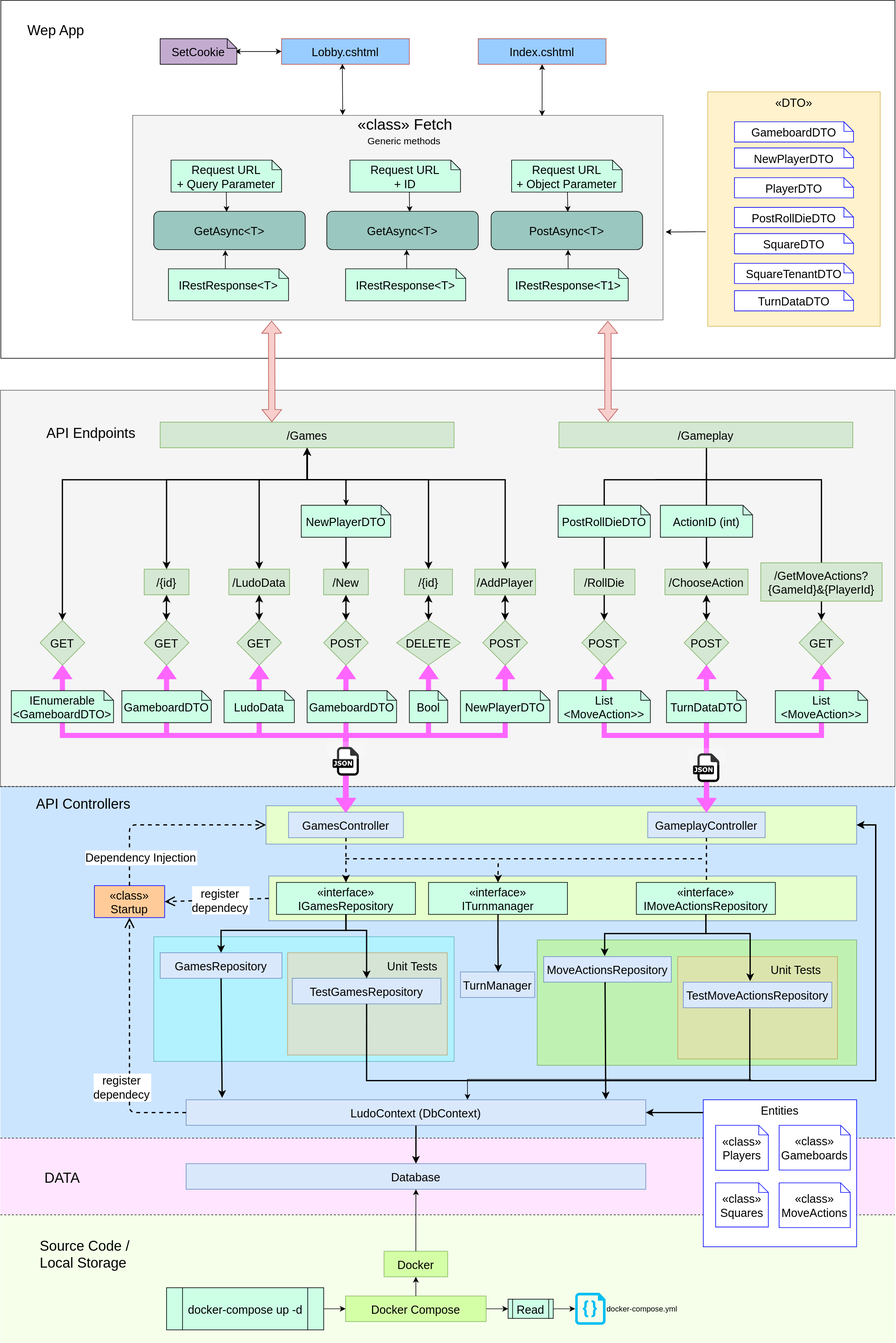
Before: docs/Project-2-Ludo-v2-Diagram.svg, a diagram exported from draw.io (PGBSNH20/ludo-v2-group-10-oskar-johan). Source tidied: cells renumbered, new cells last; positions are measured from the earlier drawing's top-left corner, leaving out a move shared by most shapes.
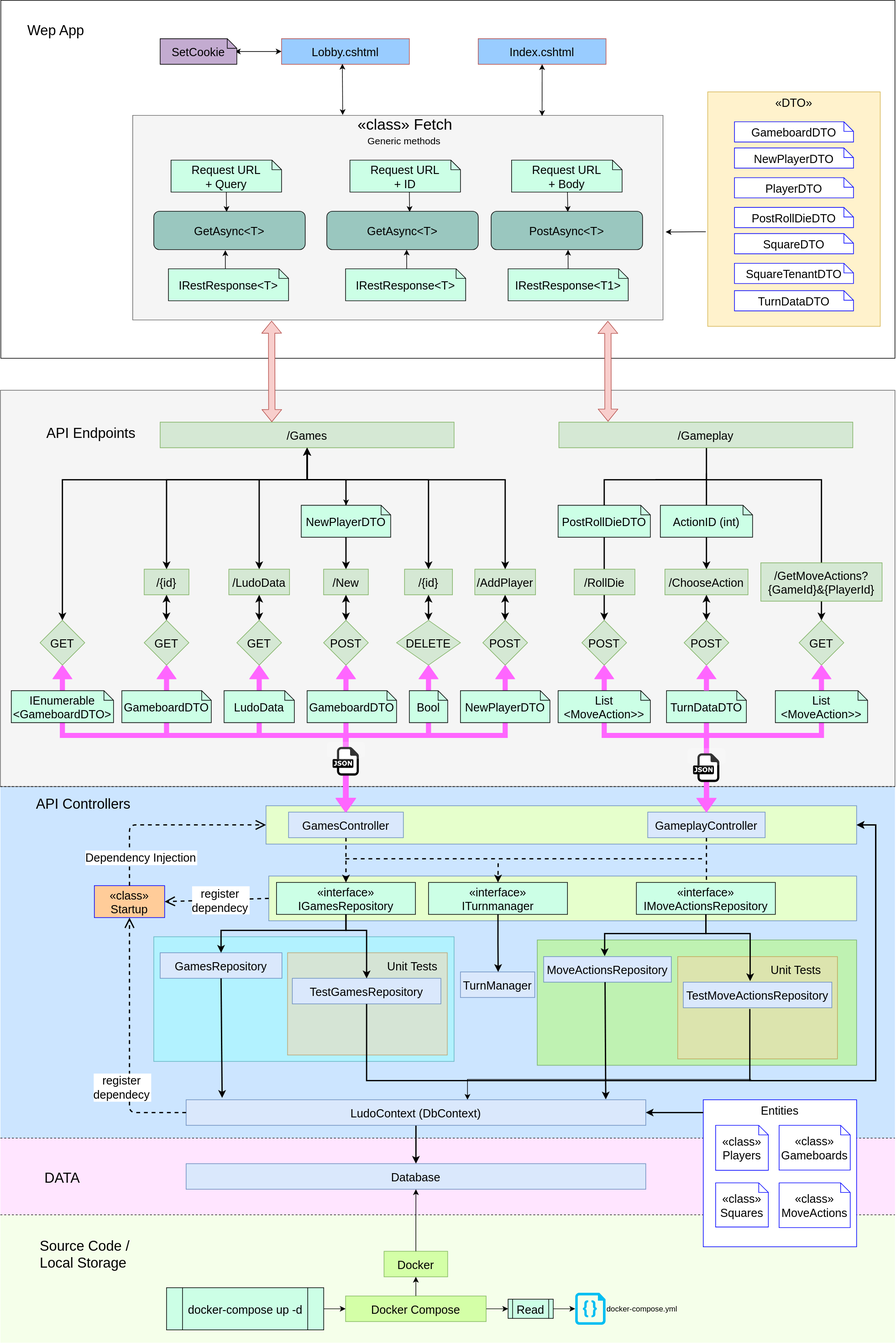
Later version of the same file.

The edit, as a diff of the source:
```diff
@@ -576,7 +576,7 @@
     <mxCell id="136" value="GetAsync&lt;T&gt;" style="rounded=1;fillColor=#9AC7BF;gradientColor=none;fontSize=18;" parent="1" vertex="1">
       <mxGeometry x="240" y="330" width="237" height="60" as="geometry" />
     </mxCell>
-    <mxCell id="137" value="Request URL&#10;+ Query Parameter" style="shape=mxgraph.bpmn.data;labelPosition=center;verticalLabelPosition=middle;align=center;verticalAlign=middle;size=15;fontSize=18;fillColor=#CCFFE6;gradientColor=none;fontStyle=0;" parent="1" vertex="1">
+    <mxCell id="137" value="Request URL&#10;+ Query" style="shape=mxgraph.bpmn.data;labelPosition=center;verticalLabelPosition=middle;align=center;verticalAlign=middle;size=15;fontSize=18;fillColor=#CCFFE6;gradientColor=none;fontStyle=0;" parent="1" vertex="1">
       <mxGeometry x="267" y="250" width="173" height="50" as="geometry" />
     </mxCell>
     <mxCell id="138" value="GetAsync&lt;T&gt;" style="rounded=1;fillColor=#9AC7BF;gradientColor=none;fontSize=18;" parent="1" vertex="1">
@@ -600,7 +600,7 @@
         <mxPoint x="640.5" y="331" as="targetPoint" />
       </mxGeometry>
     </mxCell>
-    <mxCell id="144" value="Request URL&#10;+ Object Parameter" style="shape=mxgraph.bpmn.data;labelPosition=center;verticalLabelPosition=middle;align=center;verticalAlign=middle;size=15;fontSize=18;fillColor=#CCFFE6;gradientColor=none;fontStyle=0;" parent="1" vertex="1">
+    <mxCell id="144" value="Request URL&#10;+ Body" style="shape=mxgraph.bpmn.data;labelPosition=center;verticalLabelPosition=middle;align=center;verticalAlign=middle;size=15;fontSize=18;fillColor=#CCFFE6;gradientColor=none;fontStyle=0;" parent="1" vertex="1">
       <mxGeometry x="800" y="250" width="173" height="50" as="geometry" />
     </mxCell>
     <mxCell id="145" style="endArrow=classic;html=1;exitX=0.5;exitY=1;exitDx=0;exitDy=0;exitPerimeter=0;entryX=0.481;entryY=0.017;entryDx=0;entryDy=0;entryPerimeter=0;" parent="1" edge="1">
```
